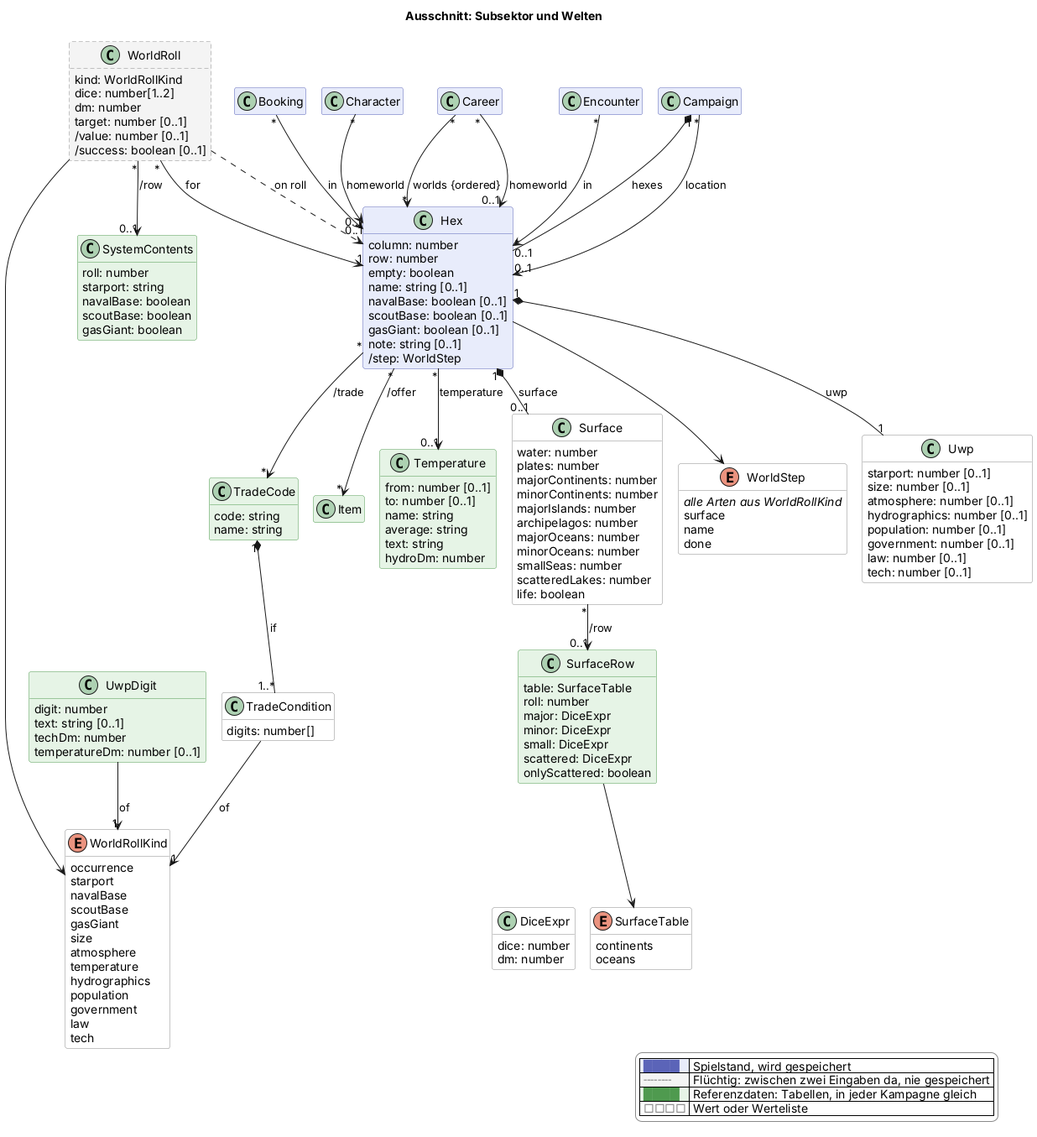
Before: docs/views/sektor.png, a diagram exported from PlantUML (scuzzar/SRE).
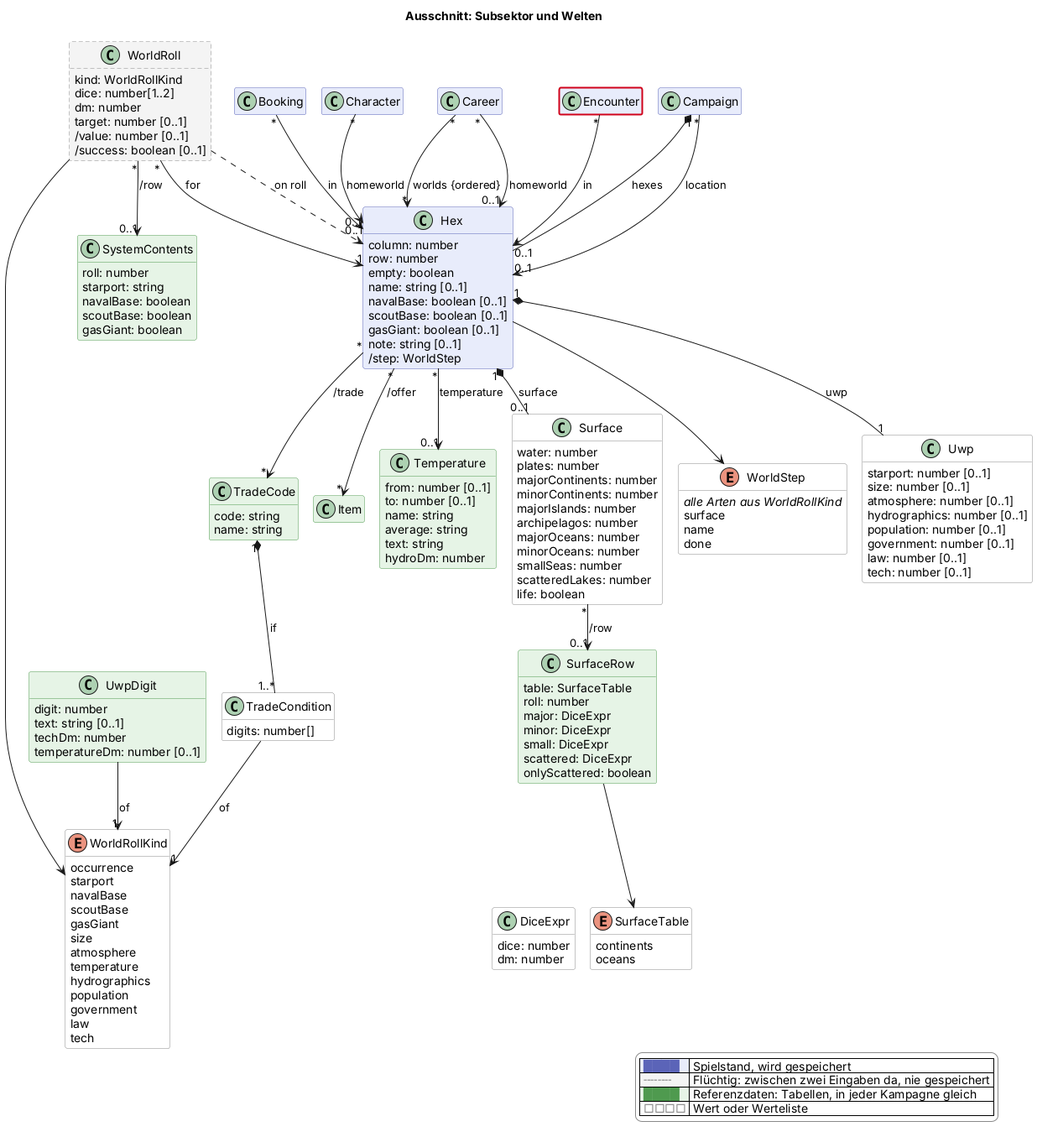
The same file after the commit.

The edit, as a diff of the source:
```diff
@@ -25,6 +25,12 @@
 !function $newArrow($c)
 !if $marked($c)
 !return "[#d0021b,bold]"
+!endif
+!return ""
+!endfunction
+!function $goneArrow($c)
+!if $marked($c)
+!return "[#d0021b,dashed]"
 !endif
 !return ""
 !endfunction
@@ -221,4 +227,5 @@
   |<#e6f4e6> <color:#4f9a4f>████</color> | Referenzdaten: Tabellen, in jeder Kampagne gleich |
   |<#ffffff> <color:#8a8a8a>□□□□</color> | Wert oder Werteliste |
 endlegend
+class Encounter #line:d0021b;line.bold
 @enduml
```
